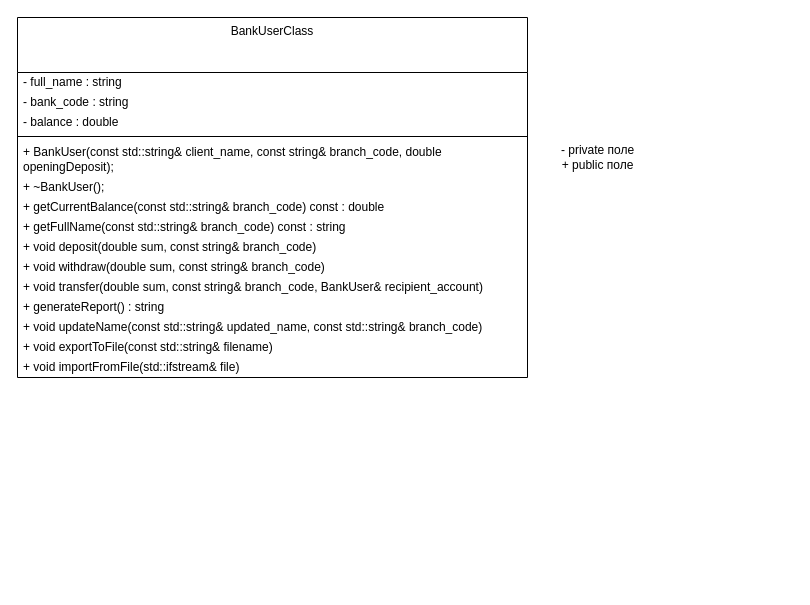
The draw.io diagram 3 task (classes)/UML_classes.drawio in Ondosh/OOP-tasks, before the edit. Source tidied: cells renumbered, new cells numbered last; positions are measured from the earlier drawing's top-left corner, leaving out a move shared by most shapes. Both pictures are drawn from the tidied source at 100%, with x=0, y=0 at pixel (17, 17).
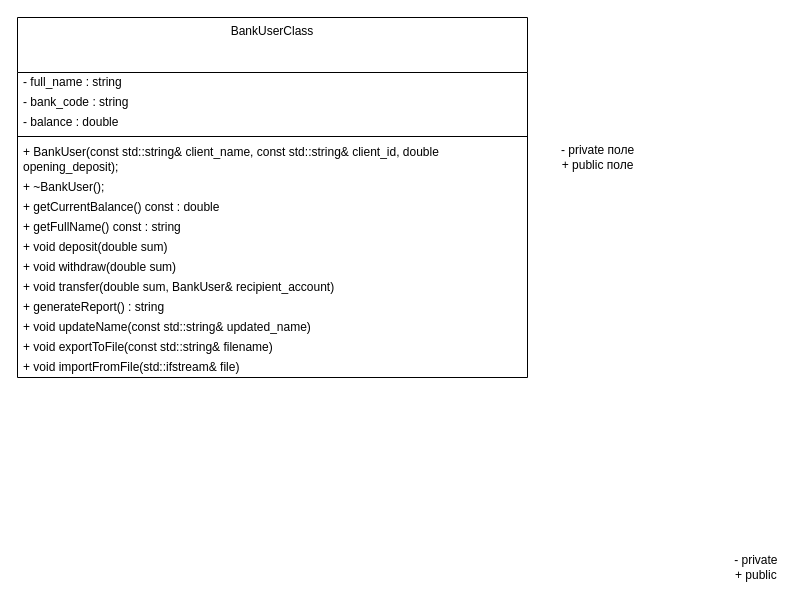
After the change.

Change to the diagram source:
```diff
@@
 <mxGraphModel>
   <root>
     <mxCell id="0" />
     <mxCell id="1" parent="0" />
     <mxCell id="2" value="BankUserClass" style="swimlane;fontStyle=0;align=center;verticalAlign=top;horizontal=1;startSize=55;html=1;whiteSpace=wrap;" parent="1" vertex="1">
       <mxGeometry width="510" height="360" as="geometry" />
     </mxCell>
     <mxCell id="3" value="&lt;div&gt;- full_name : string&amp;nbsp;&lt;/div&gt;" style="text;html=1;strokeColor=none;fillColor=none;align=left;verticalAlign=middle;spacingLeft=4;spacingRight=4;overflow=hidden;whiteSpace=wrap;" parent="2" vertex="1">
       <mxGeometry y="55" width="510" height="20" as="geometry" />
     </mxCell>
     <mxCell id="4" value="- bank_code : string&lt;span style=&quot;background-color: transparent;&quot;&gt;&amp;nbsp;&lt;/span&gt;" style="text;html=1;strokeColor=none;fillColor=none;align=left;verticalAlign=middle;spacingLeft=4;spacingRight=4;overflow=hidden;whiteSpace=wrap;" parent="2" vertex="1">
       <mxGeometry y="75" width="510" height="20" as="geometry" />
     </mxCell>
     <mxCell id="5" value="- balance : double&amp;nbsp;" style="text;html=1;strokeColor=none;fillColor=none;align=left;verticalAlign=middle;spacingLeft=4;spacingRight=4;overflow=hidden;whiteSpace=wrap;" parent="2" vertex="1">
       <mxGeometry y="95" width="510" height="20" as="geometry" />
     </mxCell>
     <mxCell id="6" style="line;strokeWidth=1;fillColor=none;align=left;verticalAlign=middle;spacingTop=-1;spacingLeft=3;spacingRight=3;labelPosition=right;" parent="2" vertex="1">
       <mxGeometry y="115" width="510" height="8" as="geometry" />
     </mxCell>
-    <mxCell id="7" value="+ BankUser(сonst std::string&amp;amp; client_name, const string&amp;amp; branch_code, double openingDeposit);&amp;nbsp;" style="text;html=1;strokeColor=none;fillColor=none;align=left;verticalAlign=middle;spacingLeft=4;spacingRight=4;overflow=hidden;whiteSpace=wrap;" parent="2" vertex="1">
+    <mxCell id="7" value="+ BankUser(const std::string&amp;amp; client_name, const std::string&amp;amp; client_id, double opening_deposit);" style="text;html=1;strokeColor=none;fillColor=none;align=left;verticalAlign=middle;spacingLeft=4;spacingRight=4;overflow=hidden;whiteSpace=wrap;" parent="2" vertex="1">
       <mxGeometry y="123" width="510" height="37" as="geometry" />
     </mxCell>
     <mxCell id="8" value="+ ~BankUser();" style="text;html=1;strokeColor=none;fillColor=none;align=left;verticalAlign=middle;spacingLeft=4;spacingRight=4;overflow=hidden;whiteSpace=wrap;" parent="2" vertex="1">
       <mxGeometry y="160" width="510" height="20" as="geometry" />
     </mxCell>
-    <mxCell id="9" value="&lt;div&gt;+ getCurrentBalance(const std::string&amp;amp; branch_code) const : double&lt;/div&gt;" style="text;html=1;strokeColor=none;fillColor=none;align=left;verticalAlign=middle;spacingLeft=4;spacingRight=4;overflow=hidden;whiteSpace=wrap;" parent="2" vertex="1">
+    <mxCell id="9" value="&lt;div&gt;+ getCurrentBalance() const : double&lt;/div&gt;" style="text;html=1;strokeColor=none;fillColor=none;align=left;verticalAlign=middle;spacingLeft=4;spacingRight=4;overflow=hidden;whiteSpace=wrap;" parent="2" vertex="1">
       <mxGeometry y="180" width="510" height="20" as="geometry" />
     </mxCell>
-    <mxCell id="10" value="+ getFullName(const std::string&amp;amp; branch_code) const : string" style="text;html=1;strokeColor=none;fillColor=none;align=left;verticalAlign=middle;spacingLeft=4;spacingRight=4;overflow=hidden;whiteSpace=wrap;" parent="2" vertex="1">
+    <mxCell id="10" value="+ getFullName() const : string" style="text;html=1;strokeColor=none;fillColor=none;align=left;verticalAlign=middle;spacingLeft=4;spacingRight=4;overflow=hidden;whiteSpace=wrap;" parent="2" vertex="1">
       <mxGeometry y="200" width="510" height="20" as="geometry" />
     </mxCell>
-    <mxCell id="11" value="+ void deposit(double sum,&amp;nbsp;const string&amp;amp; branch_code)" style="text;html=1;strokeColor=none;fillColor=none;align=left;verticalAlign=middle;spacingLeft=4;spacingRight=4;overflow=hidden;whiteSpace=wrap;" parent="2" vertex="1">
+    <mxCell id="11" value="+ void deposit(double sum)" style="text;html=1;strokeColor=none;fillColor=none;align=left;verticalAlign=middle;spacingLeft=4;spacingRight=4;overflow=hidden;whiteSpace=wrap;" parent="2" vertex="1">
       <mxGeometry y="220" width="510" height="20" as="geometry" />
     </mxCell>
-    <mxCell id="12" value="+ void withdraw(double sum,&amp;nbsp;const string&amp;amp; branch_code)" style="text;html=1;strokeColor=none;fillColor=none;align=left;verticalAlign=middle;spacingLeft=4;spacingRight=4;overflow=hidden;whiteSpace=wrap;" parent="2" vertex="1">
+    <mxCell id="12" value="+ void withdraw(double sum)" style="text;html=1;strokeColor=none;fillColor=none;align=left;verticalAlign=middle;spacingLeft=4;spacingRight=4;overflow=hidden;whiteSpace=wrap;" parent="2" vertex="1">
       <mxGeometry y="240" width="510" height="20" as="geometry" />
     </mxCell>
-    <mxCell id="13" value="+ void transfer(double sum,&amp;nbsp;const string&amp;amp; branch_code, BankUser&amp;amp; recipient_account)" style="text;html=1;strokeColor=none;fillColor=none;align=left;verticalAlign=middle;spacingLeft=4;spacingRight=4;overflow=hidden;whiteSpace=wrap;" parent="2" vertex="1">
+    <mxCell id="13" value="+ void transfer(double sum, BankUser&amp;amp; recipient_account)" style="text;html=1;strokeColor=none;fillColor=none;align=left;verticalAlign=middle;spacingLeft=4;spacingRight=4;overflow=hidden;whiteSpace=wrap;" parent="2" vertex="1">
       <mxGeometry y="260" width="510" height="20" as="geometry" />
     </mxCell>
     <mxCell id="14" value="+ generateReport() : string" style="text;html=1;strokeColor=none;fillColor=none;align=left;verticalAlign=middle;spacingLeft=4;spacingRight=4;overflow=hidden;whiteSpace=wrap;" parent="2" vertex="1">
       <mxGeometry y="280" width="510" height="20" as="geometry" />
     </mxCell>
-    <mxCell id="15" value="+ void updateName(const std::string&amp;amp; updated_name, const std::string&amp;amp; branch_code)" style="text;html=1;strokeColor=none;fillColor=none;align=left;verticalAlign=middle;spacingLeft=4;spacingRight=4;overflow=hidden;whiteSpace=wrap;" parent="2" vertex="1">
+    <mxCell id="15" value="+ void updateName(const std::string&amp;amp; updated_name)" style="text;html=1;strokeColor=none;fillColor=none;align=left;verticalAlign=middle;spacingLeft=4;spacingRight=4;overflow=hidden;whiteSpace=wrap;" parent="2" vertex="1">
       <mxGeometry y="300" width="510" height="20" as="geometry" />
     </mxCell>
     <mxCell id="16" value="+ void exportToFile(const std::string&amp;amp; filename)" style="text;html=1;strokeColor=none;fillColor=none;align=left;verticalAlign=middle;spacingLeft=4;spacingRight=4;overflow=hidden;whiteSpace=wrap;" parent="2" vertex="1">
       <mxGeometry y="320" width="510" height="20" as="geometry" />
     </mxCell>
     <mxCell id="17" value="+ void importFromFile(std::ifstream&amp;amp; file)" style="text;html=1;strokeColor=none;fillColor=none;align=left;verticalAlign=middle;spacingLeft=4;spacingRight=4;overflow=hidden;whiteSpace=wrap;" parent="2" vertex="1">
       <mxGeometry y="340" width="510" height="20" as="geometry" />
     </mxCell>
     <mxCell id="18" value="- private поле&lt;div&gt;+ public поле&lt;/div&gt;" style="text;html=1;align=center;verticalAlign=middle;strokeColor=none;fillColor=none;" parent="1" vertex="1">
       <mxGeometry x="530" y="120" width="100" height="40" as="geometry" />
     </mxCell>
+    <mxCell id="19" value="- private&amp;nbsp;&lt;div&gt;+ public&amp;nbsp;&lt;/div&gt;" style="text;html=1;align=center;verticalAlign=middle;strokeColor=none;fillColor=none;" parent="1" vertex="1">
+      <mxGeometry x="705" y="530" width="70" height="40" as="geometry" />
+    </mxCell>
   </root>
 </mxGraphModel>
```
